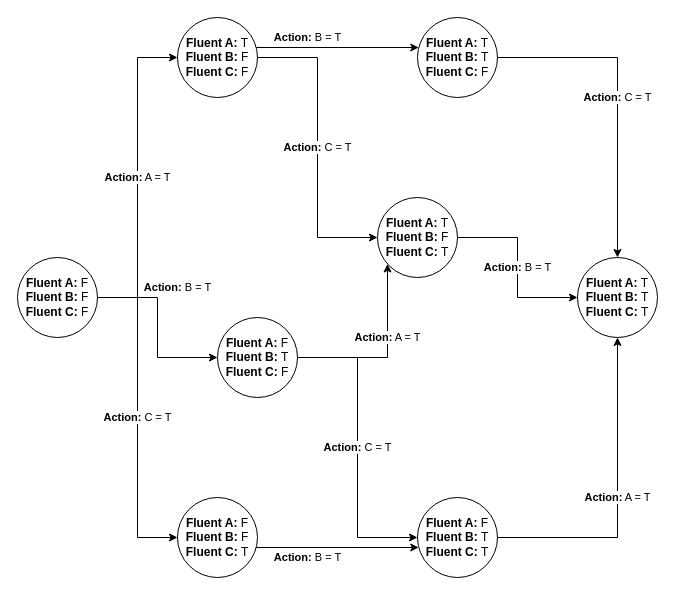
Above: Figures/Transition_System.drawio in Entze/APIA (draw.io), before the change. Source tidied: cells renumbered, new cells numbered last; positions are measured from the earlier drawing's top-left corner, leaving out a move shared by most shapes. Both pictures are drawn from the tidied source at 100%, with x=0, y=0 at pixel (17, 17).
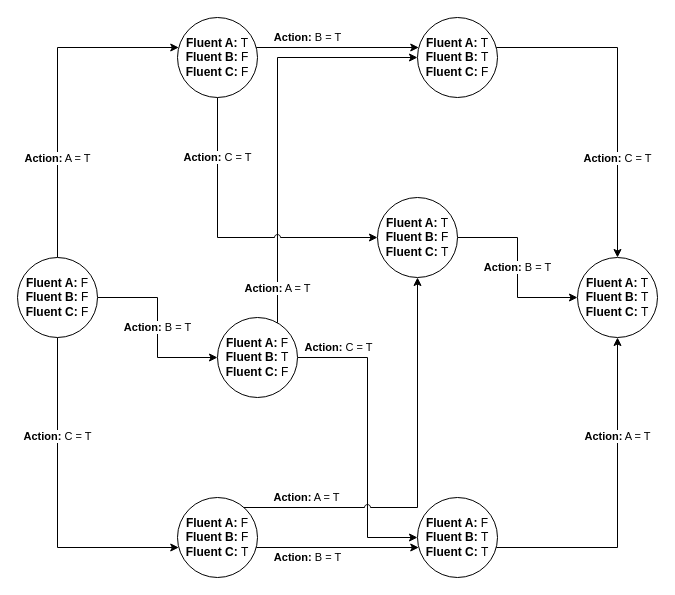
The same page after the edit.

The change refers to these unchanged cells:
```xml
<mxCell id="5" value="&lt;div&gt;&lt;b&gt;Fluent A:&lt;/b&gt; F&lt;br&gt;&lt;/div&gt;&lt;div&gt;&lt;b&gt;Fluent B:&lt;/b&gt; F&lt;/div&gt;&lt;div&gt;&lt;b&gt;Fluent C:&lt;/b&gt; F&lt;br&gt;&lt;/div&gt;" style="ellipse;whiteSpace=wrap;html=1;" parent="1" vertex="1">
  <mxGeometry y="240" width="80" height="80" as="geometry" />
</mxCell>
<mxCell id="8" value="&lt;div&gt;&lt;b&gt;Fluent A:&lt;/b&gt; F&lt;br&gt;&lt;/div&gt;&lt;div&gt;&lt;b&gt;Fluent B:&lt;/b&gt; T&lt;br&gt;&lt;/div&gt;&lt;div&gt;&lt;b&gt;Fluent C:&lt;/b&gt; F&lt;br&gt;&lt;/div&gt;" style="ellipse;whiteSpace=wrap;html=1;" parent="1" vertex="1">
  <mxGeometry x="200" y="300" width="80" height="80" as="geometry" />
</mxCell>
<mxCell id="10" value="&lt;div&gt;&lt;b&gt;Fluent A:&lt;/b&gt; F&lt;br&gt;&lt;/div&gt;&lt;div&gt;&lt;b&gt;Fluent B:&lt;/b&gt; F&lt;/div&gt;&lt;div&gt;&lt;b&gt;Fluent C:&lt;/b&gt; T&lt;br&gt;&lt;/div&gt;" style="ellipse;whiteSpace=wrap;html=1;" parent="1" vertex="1">
  <mxGeometry x="160" y="480" width="80" height="80" as="geometry" />
</mxCell>
<mxCell id="13" value="&lt;div&gt;&lt;b&gt;Fluent A:&lt;/b&gt; T&lt;br&gt;&lt;/div&gt;&lt;div&gt;&lt;b&gt;Fluent B:&lt;/b&gt; F&lt;/div&gt;&lt;div&gt;&lt;b&gt;Fluent C:&lt;/b&gt; F&lt;br&gt;&lt;/div&gt;" style="ellipse;whiteSpace=wrap;html=1;" parent="1" vertex="1">
  <mxGeometry x="160" width="80" height="80" as="geometry" />
</mxCell>
<mxCell id="15" value="&lt;div&gt;&lt;b&gt;Fluent A:&lt;/b&gt; T&lt;br&gt;&lt;/div&gt;&lt;div&gt;&lt;b&gt;Fluent B:&lt;/b&gt; T&lt;br&gt;&lt;/div&gt;&lt;div&gt;&lt;b&gt;Fluent C:&lt;/b&gt; F&lt;br&gt;&lt;/div&gt;" style="ellipse;whiteSpace=wrap;html=1;" parent="1" vertex="1">
  <mxGeometry x="400" width="80" height="80" as="geometry" />
</mxCell>
<mxCell id="17" value="&lt;div&gt;&lt;b&gt;Fluent A:&lt;/b&gt; T&lt;br&gt;&lt;/div&gt;&lt;div&gt;&lt;b&gt;Fluent B:&lt;/b&gt; F&lt;/div&gt;&lt;div&gt;&lt;b&gt;Fluent C:&lt;/b&gt; T&lt;br&gt;&lt;/div&gt;" style="ellipse;whiteSpace=wrap;html=1;" parent="1" vertex="1">
  <mxGeometry x="360" y="180" width="80" height="80" as="geometry" />
</mxCell>
<mxCell id="19" value="&lt;div&gt;&lt;b&gt;Fluent A:&lt;/b&gt; F&lt;br&gt;&lt;/div&gt;&lt;div&gt;&lt;b&gt;Fluent B:&lt;/b&gt; T&lt;br&gt;&lt;/div&gt;&lt;div&gt;&lt;b&gt;Fluent C:&lt;/b&gt; T&lt;br&gt;&lt;/div&gt;" style="ellipse;whiteSpace=wrap;html=1;" parent="1" vertex="1">
  <mxGeometry x="400" y="480" width="80" height="80" as="geometry" />
</mxCell>
<mxCell id="20" value="&lt;div&gt;&lt;b&gt;Fluent A:&lt;/b&gt; T&lt;br&gt;&lt;/div&gt;&lt;div&gt;&lt;b&gt;Fluent B:&lt;/b&gt; T&lt;br&gt;&lt;/div&gt;&lt;div&gt;&lt;b&gt;Fluent C:&lt;/b&gt; T&lt;br&gt;&lt;/div&gt;" style="ellipse;whiteSpace=wrap;html=1;" parent="1" vertex="1">
  <mxGeometry x="560" y="240" width="80" height="80" as="geometry" />
</mxCell>
```

Diff of the diagram source:
```diff
@@
     <mxCell id="2" value="&lt;b&gt;Action:&lt;/b&gt; A = T" style="edgeStyle=elbowEdgeStyle;rounded=0;jettySize=auto;html=1;" parent="1" edge="1" source="5" target="13">
-      <mxGeometry relative="1" as="geometry" />
+      <mxGeometry x="-0.4" relative="1" as="geometry">
+        <Array as="points">
+          <mxPoint x="40" y="30" />
+        </Array>
+      </mxGeometry>
     </mxCell>
     <mxCell id="3" value="&lt;b&gt;Action:&lt;/b&gt; B = T" style="edgeStyle=elbowEdgeStyle;rounded=0;jettySize=auto;html=1;" parent="1" edge="1" source="5" target="8">
-      <mxGeometry x="-0.33" y="22" relative="1" as="geometry">
-        <mxPoint x="-2" y="-10" as="offset" />
-      </mxGeometry>
+      <mxGeometry relative="1" as="geometry" />
     </mxCell>
     <mxCell id="4" value="&lt;b&gt;Action:&lt;/b&gt; C = T" style="edgeStyle=elbowEdgeStyle;rounded=0;jettySize=auto;html=1;" parent="1" edge="1" source="5" target="10">
-      <mxGeometry relative="1" as="geometry" />
+      <mxGeometry x="-0.4" relative="1" as="geometry">
+        <Array as="points">
+          <mxPoint x="40" y="530" />
+        </Array>
+      </mxGeometry>
     </mxCell>
@@
     <mxCell id="6" value="&lt;b&gt;Action:&lt;/b&gt; C = T" style="edgeStyle=elbowEdgeStyle;rounded=0;jumpStyle=arc;jettySize=auto;html=1;" parent="1" edge="1" source="8" target="19">
-      <mxGeometry relative="1" as="geometry" />
+      <mxGeometry x="-0.73" y="10" relative="1" as="geometry">
+        <Array as="points">
+          <mxPoint x="350" y="520" />
+        </Array>
+      </mxGeometry>
     </mxCell>
-    <mxCell id="7" value="&lt;b&gt;Action:&lt;/b&gt; A = T" style="edgeStyle=elbowEdgeStyle;rounded=0;jumpStyle=arc;jettySize=auto;html=1;" parent="1" edge="1" source="8" target="17">
-      <mxGeometry x="-0.02" y="20" relative="1" as="geometry">
+    <mxCell id="7" value="&lt;b&gt;Action:&lt;/b&gt; A = T" style="edgeStyle=elbowEdgeStyle;rounded=0;jumpStyle=arc;jettySize=auto;html=1;" parent="1" edge="1" source="8" target="15">
+      <mxGeometry x="-0.83" relative="1" as="geometry">
         <Array as="points">
-          <mxPoint x="370" y="290" />
+          <mxPoint x="260" y="190" />
         </Array>
-        <mxPoint x="20" y="-20" as="offset" />
       </mxGeometry>
     </mxCell>
@@
+    <mxCell id="21" value="&lt;b&gt;Action:&lt;/b&gt; A = T" style="edgeStyle=elbowEdgeStyle;rounded=0;jumpStyle=arc;jettySize=auto;html=1;" parent="1" edge="1" source="10" target="17">
+      <mxGeometry x="-0.69" y="10" relative="1" as="geometry">
+        <Array as="points">
+          <mxPoint x="400" y="490" />
+        </Array>
+      </mxGeometry>
+    </mxCell>
@@
     <mxCell id="12" value="&lt;b&gt;Action:&lt;/b&gt; C = T" style="edgeStyle=elbowEdgeStyle;rounded=0;jumpStyle=arc;jettySize=auto;html=1;" parent="1" edge="1" source="13" target="17">
-      <mxGeometry relative="1" as="geometry" />
+      <mxGeometry x="-0.6" relative="1" as="geometry">
+        <Array as="points">
+          <mxPoint x="200" y="130" />
+        </Array>
+      </mxGeometry>
     </mxCell>
@@
     <mxCell id="14" value="&lt;b&gt;Action:&lt;/b&gt; C = T" style="edgeStyle=elbowEdgeStyle;rounded=0;jumpStyle=arc;jettySize=auto;html=1;" parent="1" edge="1" source="15" target="20">
-      <mxGeometry relative="1" as="geometry">
+      <mxGeometry x="0.4" relative="1" as="geometry">
         <Array as="points">
-          <mxPoint x="600" y="160" />
+          <mxPoint x="600" y="30" />
         </Array>
       </mxGeometry>
     </mxCell>
@@
     <mxCell id="18" value="&lt;b&gt;Action:&lt;/b&gt; A = T" style="edgeStyle=elbowEdgeStyle;rounded=0;jumpStyle=arc;jettySize=auto;html=1;" parent="1" edge="1" source="19" target="20">
-      <mxGeometry relative="1" as="geometry">
+      <mxGeometry x="0.4" relative="1" as="geometry">
         <Array as="points">
-          <mxPoint x="600" y="400" />
+          <mxPoint x="600" y="530" />
         </Array>
       </mxGeometry>
     </mxCell>
```
